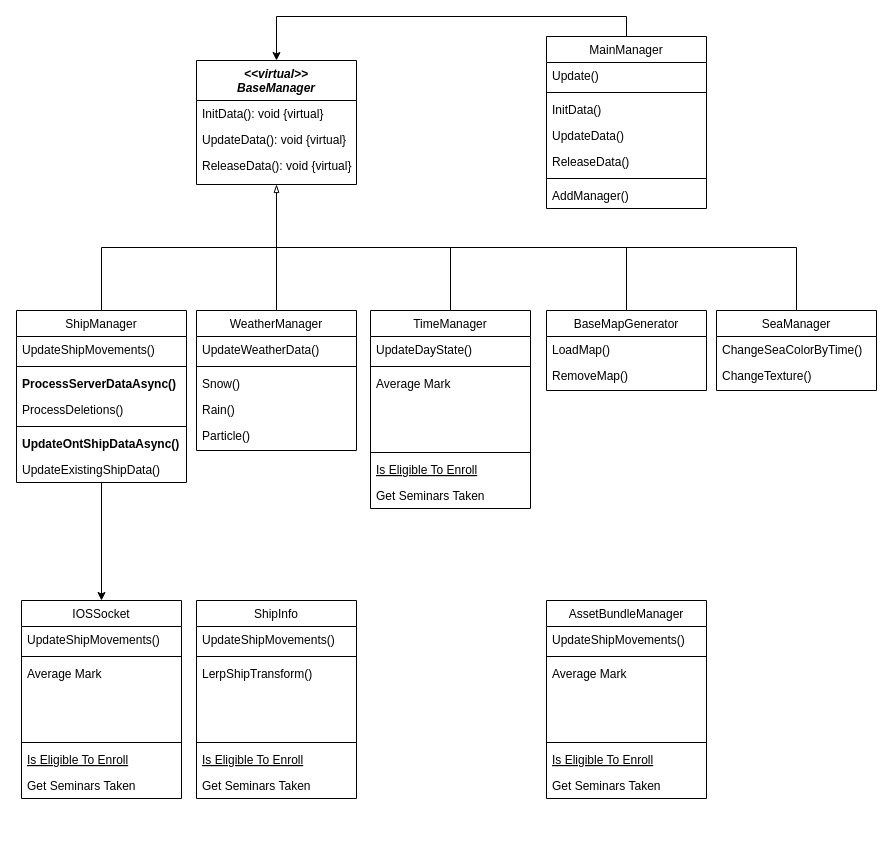
The draw.io diagram MM_Unity6.drawio in duckgoo9/MM-unity6-drawio, before the edit. Source tidied: cells renumbered, new cells numbered last; positions are measured from the earlier drawing's top-left corner, leaving out a move shared by most shapes. Both pictures are drawn from the tidied source at 100%, with x=0, y=0 at pixel (16, 36).
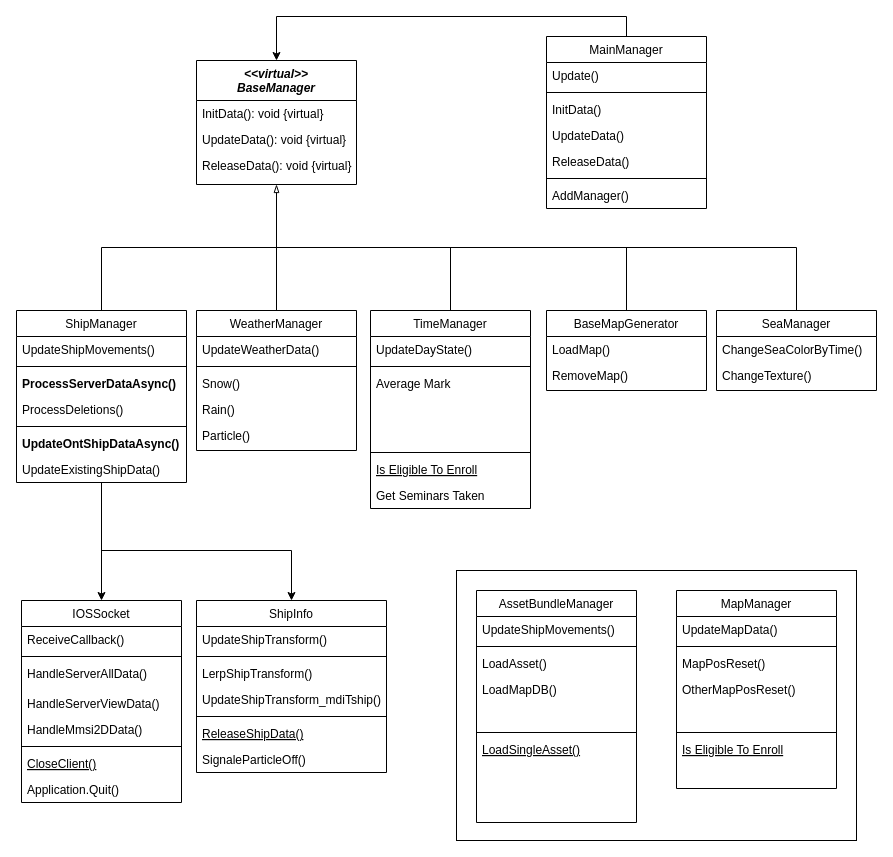
After the change.

Unchanged cells that the change refers to:
```xml
<mxCell id="4" value="ShipManager" style="swimlane;fontStyle=0;align=center;verticalAlign=top;horizontal=1;startSize=26;rounded=0;shadow=0;strokeWidth=1;" parent="1" vertex="1">
  <mxGeometry y="274" width="170" height="172" as="geometry" />
</mxCell>
```

Change to the diagram source:
```diff
@@
+    <mxCell id="77" style="rounded=0;whiteSpace=wrap;html=1;" parent="1" vertex="1">
+      <mxGeometry x="440" y="534" width="400" height="270" as="geometry" />
+    </mxCell>
@@
+    <mxCell id="78" style="edgeStyle=orthogonalEdgeStyle;rounded=0;jettySize=auto;html=1;entryX=0.5;entryY=0;entryDx=0;entryDy=0;" parent="1" edge="1" source="4" target="12">
+      <mxGeometry relative="1" as="geometry">
+        <Array as="points">
+          <mxPoint x="85" y="514" />
+          <mxPoint x="275" y="514" />
+        </Array>
+      </mxGeometry>
+    </mxCell>
@@
     <mxCell id="12" value="ShipInfo" style="swimlane;fontStyle=0;align=center;verticalAlign=top;horizontal=1;startSize=26;rounded=0;shadow=0;strokeWidth=1;" parent="1" vertex="1">
-      <mxGeometry x="180" y="564" width="160" height="198" as="geometry" />
+      <mxGeometry x="180" y="564" width="190" height="172" as="geometry" />
     </mxCell>
-    <mxCell id="13" value="UpdateShipMovements()" style="text;align=left;verticalAlign=top;spacingLeft=4;spacingRight=4;overflow=hidden;" parent="12" vertex="1">
-      <mxGeometry y="26" width="160" height="26" as="geometry" />
+    <mxCell id="13" value="UpdateShipTransform()" style="text;align=left;verticalAlign=top;spacingLeft=4;spacingRight=4;overflow=hidden;" parent="12" vertex="1">
+      <mxGeometry y="26" width="190" height="26" as="geometry" />
     </mxCell>
     <mxCell id="14" style="line;html=1;strokeWidth=1;align=left;verticalAlign=middle;spacingTop=-1;spacingLeft=3;spacingRight=3;labelPosition=right;" parent="12" vertex="1">
-      <mxGeometry y="52" width="160" height="8" as="geometry" />
+      <mxGeometry y="52" width="190" height="8" as="geometry" />
     </mxCell>
     <mxCell id="15" value="LerpShipTransform()" style="text;align=left;verticalAlign=top;spacingLeft=4;spacingRight=4;overflow=hidden;rounded=0;shadow=0;html=0;" parent="12" vertex="1">
-      <mxGeometry y="60" width="160" height="26" as="geometry" />
+      <mxGeometry y="60" width="190" height="26" as="geometry" />
     </mxCell>
-    <mxCell id="16" style="text;align=left;verticalAlign=top;spacingLeft=4;spacingRight=4;overflow=hidden;rounded=0;shadow=0;html=0;" parent="12" vertex="1">
-      <mxGeometry y="86" width="160" height="26" as="geometry" />
+    <mxCell id="16" value="UpdateShipTransform_mdiTship()" style="text;align=left;verticalAlign=top;spacingLeft=4;spacingRight=4;overflow=hidden;rounded=0;shadow=0;html=0;" parent="12" vertex="1">
+      <mxGeometry y="86" width="190" height="26" as="geometry" />
     </mxCell>
-    <mxCell id="17" style="text;align=left;verticalAlign=top;spacingLeft=4;spacingRight=4;overflow=hidden;rounded=0;shadow=0;html=0;" parent="12" vertex="1">
-      <mxGeometry y="112" width="160" height="26" as="geometry" />
-    </mxCell>
     <mxCell id="18" style="line;html=1;strokeWidth=1;align=left;verticalAlign=middle;spacingTop=-1;spacingLeft=3;spacingRight=3;labelPosition=right;" parent="12" vertex="1">
-      <mxGeometry y="138" width="160" height="8" as="geometry" />
+      <mxGeometry y="112" width="190" height="8" as="geometry" />
     </mxCell>
-    <mxCell id="19" value="Is Eligible To Enroll" style="text;align=left;verticalAlign=top;spacingLeft=4;spacingRight=4;overflow=hidden;fontStyle=4;" parent="12" vertex="1">
-      <mxGeometry y="146" width="160" height="26" as="geometry" />
+    <mxCell id="19" value="ReleaseShipData()" style="text;align=left;verticalAlign=top;spacingLeft=4;spacingRight=4;overflow=hidden;fontStyle=4;" parent="12" vertex="1">
+      <mxGeometry y="120" width="190" height="26" as="geometry" />
     </mxCell>
-    <mxCell id="20" value="Get Seminars Taken" style="text;align=left;verticalAlign=top;spacingLeft=4;spacingRight=4;overflow=hidden;" parent="12" vertex="1">
-      <mxGeometry y="172" width="160" height="26" as="geometry" />
+    <mxCell id="20" value="SignaleParticleOff()" style="text;align=left;verticalAlign=top;spacingLeft=4;spacingRight=4;overflow=hidden;" parent="12" vertex="1">
+      <mxGeometry y="146" width="190" height="26" as="geometry" />
     </mxCell>
@@
     <mxCell id="38" value="AssetBundleManager" style="swimlane;fontStyle=0;align=center;verticalAlign=top;horizontal=1;startSize=26;rounded=0;shadow=0;strokeWidth=1;" parent="1" vertex="1">
-      <mxGeometry x="530" y="564" width="160" height="198" as="geometry" />
+      <mxGeometry x="460" y="554" width="160" height="232" as="geometry" />
     </mxCell>
@@
-    <mxCell id="41" value="Average Mark" style="text;align=left;verticalAlign=top;spacingLeft=4;spacingRight=4;overflow=hidden;rounded=0;shadow=0;html=0;" parent="38" vertex="1">
+    <mxCell id="41" value="LoadAsset()" style="text;align=left;verticalAlign=top;spacingLeft=4;spacingRight=4;overflow=hidden;rounded=0;shadow=0;html=0;" parent="38" vertex="1">
       <mxGeometry y="60" width="160" height="26" as="geometry" />
     </mxCell>
-    <mxCell id="42" style="text;align=left;verticalAlign=top;spacingLeft=4;spacingRight=4;overflow=hidden;rounded=0;shadow=0;html=0;" parent="38" vertex="1">
+    <mxCell id="42" value="LoadMapDB()" style="text;align=left;verticalAlign=top;spacingLeft=4;spacingRight=4;overflow=hidden;rounded=0;shadow=0;html=0;" parent="38" vertex="1">
       <mxGeometry y="86" width="160" height="26" as="geometry" />
     </mxCell>
@@
-    <mxCell id="45" value="Is Eligible To Enroll" style="text;align=left;verticalAlign=top;spacingLeft=4;spacingRight=4;overflow=hidden;fontStyle=4;" parent="38" vertex="1">
+    <mxCell id="45" value="LoadSingleAsset()" style="text;align=left;verticalAlign=top;spacingLeft=4;spacingRight=4;overflow=hidden;fontStyle=4;" parent="38" vertex="1">
       <mxGeometry y="146" width="160" height="26" as="geometry" />
     </mxCell>
-    <mxCell id="46" value="Get Seminars Taken" style="text;align=left;verticalAlign=top;spacingLeft=4;spacingRight=4;overflow=hidden;" parent="38" vertex="1">
-      <mxGeometry y="172" width="160" height="26" as="geometry" />
-    </mxCell>
@@
     <mxCell id="64" value="IOSSocket" style="swimlane;fontStyle=0;align=center;verticalAlign=top;horizontal=1;startSize=26;rounded=0;shadow=0;strokeWidth=1;" parent="1" vertex="1">
-      <mxGeometry x="5" y="564" width="160" height="198" as="geometry" />
+      <mxGeometry x="5" y="564" width="160" height="202" as="geometry" />
     </mxCell>
-    <mxCell id="65" value="UpdateShipMovements()" style="text;align=left;verticalAlign=top;spacingLeft=4;spacingRight=4;overflow=hidden;" parent="64" vertex="1">
+    <mxCell id="65" value="ReceiveCallback()" style="text;align=left;verticalAlign=top;spacingLeft=4;spacingRight=4;overflow=hidden;" parent="64" vertex="1">
       <mxGeometry y="26" width="160" height="26" as="geometry" />
     </mxCell>
@@
-    <mxCell id="67" value="Average Mark" style="text;align=left;verticalAlign=top;spacingLeft=4;spacingRight=4;overflow=hidden;rounded=0;shadow=0;html=0;" parent="64" vertex="1">
-      <mxGeometry y="60" width="160" height="26" as="geometry" />
+    <mxCell id="67" value="HandleServerAllData()" style="text;align=left;verticalAlign=top;spacingLeft=4;spacingRight=4;overflow=hidden;rounded=0;shadow=0;html=0;" parent="64" vertex="1">
+      <mxGeometry y="60" width="160" height="30" as="geometry" />
     </mxCell>
-    <mxCell id="68" style="text;align=left;verticalAlign=top;spacingLeft=4;spacingRight=4;overflow=hidden;rounded=0;shadow=0;html=0;" parent="64" vertex="1">
-      <mxGeometry y="86" width="160" height="26" as="geometry" />
+    <mxCell id="68" value="HandleServerViewData()" style="text;align=left;verticalAlign=top;spacingLeft=4;spacingRight=4;overflow=hidden;rounded=0;shadow=0;html=0;" parent="64" vertex="1">
+      <mxGeometry y="90" width="160" height="26" as="geometry" />
     </mxCell>
-    <mxCell id="69" style="text;align=left;verticalAlign=top;spacingLeft=4;spacingRight=4;overflow=hidden;rounded=0;shadow=0;html=0;" parent="64" vertex="1">
-      <mxGeometry y="112" width="160" height="26" as="geometry" />
+    <mxCell id="69" value="HandleMmsi2DData()" style="text;align=left;verticalAlign=top;spacingLeft=4;spacingRight=4;overflow=hidden;rounded=0;shadow=0;html=0;" parent="64" vertex="1">
+      <mxGeometry y="116" width="160" height="26" as="geometry" />
     </mxCell>
     <mxCell id="70" style="line;html=1;strokeWidth=1;align=left;verticalAlign=middle;spacingTop=-1;spacingLeft=3;spacingRight=3;labelPosition=right;" parent="64" vertex="1">
-      <mxGeometry y="138" width="160" height="8" as="geometry" />
+      <mxGeometry y="142" width="160" height="8" as="geometry" />
     </mxCell>
-    <mxCell id="71" value="Is Eligible To Enroll" style="text;align=left;verticalAlign=top;spacingLeft=4;spacingRight=4;overflow=hidden;fontStyle=4;" parent="64" vertex="1">
-      <mxGeometry y="146" width="160" height="26" as="geometry" />
+    <mxCell id="71" value="CloseClient()" style="text;align=left;verticalAlign=top;spacingLeft=4;spacingRight=4;overflow=hidden;fontStyle=4;" parent="64" vertex="1">
+      <mxGeometry y="150" width="160" height="26" as="geometry" />
     </mxCell>
-    <mxCell id="72" value="Get Seminars Taken" style="text;align=left;verticalAlign=top;spacingLeft=4;spacingRight=4;overflow=hidden;" parent="64" vertex="1">
-      <mxGeometry y="172" width="160" height="26" as="geometry" />
+    <mxCell id="72" value="Application.Quit()" style="text;align=left;verticalAlign=top;spacingLeft=4;spacingRight=4;overflow=hidden;" parent="64" vertex="1">
+      <mxGeometry y="176" width="160" height="26" as="geometry" />
     </mxCell>
@@
+    <mxCell id="79" value="MapManager" style="swimlane;fontStyle=0;align=center;verticalAlign=top;horizontal=1;startSize=26;rounded=0;shadow=0;strokeWidth=1;" parent="1" vertex="1">
+      <mxGeometry x="660" y="554" width="160" height="198" as="geometry" />
+    </mxCell>
+    <mxCell id="80" value="UpdateMapData()" style="text;align=left;verticalAlign=top;spacingLeft=4;spacingRight=4;overflow=hidden;" parent="79" vertex="1">
+      <mxGeometry y="26" width="160" height="26" as="geometry" />
+    </mxCell>
+    <mxCell id="81" style="line;html=1;strokeWidth=1;align=left;verticalAlign=middle;spacingTop=-1;spacingLeft=3;spacingRight=3;labelPosition=right;" parent="79" vertex="1">
+      <mxGeometry y="52" width="160" height="8" as="geometry" />
+    </mxCell>
+    <mxCell id="82" value="MapPosReset()" style="text;align=left;verticalAlign=top;spacingLeft=4;spacingRight=4;overflow=hidden;rounded=0;shadow=0;html=0;" parent="79" vertex="1">
+      <mxGeometry y="60" width="160" height="26" as="geometry" />
+    </mxCell>
+    <mxCell id="83" value="OtherMapPosReset()" style="text;align=left;verticalAlign=top;spacingLeft=4;spacingRight=4;overflow=hidden;rounded=0;shadow=0;html=0;" parent="79" vertex="1">
+      <mxGeometry y="86" width="160" height="26" as="geometry" />
+    </mxCell>
+    <mxCell id="17" style="text;align=left;verticalAlign=top;spacingLeft=4;spacingRight=4;overflow=hidden;rounded=0;shadow=0;html=0;" parent="79" vertex="1">
+      <mxGeometry y="112" width="160" height="26" as="geometry" />
+    </mxCell>
+    <mxCell id="84" style="line;html=1;strokeWidth=1;align=left;verticalAlign=middle;spacingTop=-1;spacingLeft=3;spacingRight=3;labelPosition=right;" parent="79" vertex="1">
+      <mxGeometry y="138" width="160" height="8" as="geometry" />
+    </mxCell>
+    <mxCell id="85" value="Is Eligible To Enroll" style="text;align=left;verticalAlign=top;spacingLeft=4;spacingRight=4;overflow=hidden;fontStyle=4;" parent="79" vertex="1">
+      <mxGeometry y="146" width="160" height="26" as="geometry" />
+    </mxCell>
```
